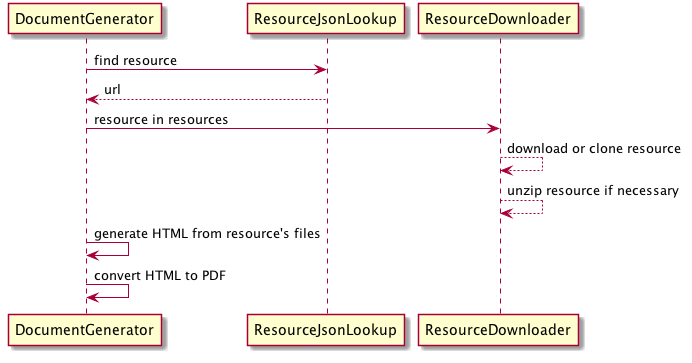
Earlier version of the PlantUML export design_notes/wa_design_sequence_diagram2.png (wkelly17/DOC).
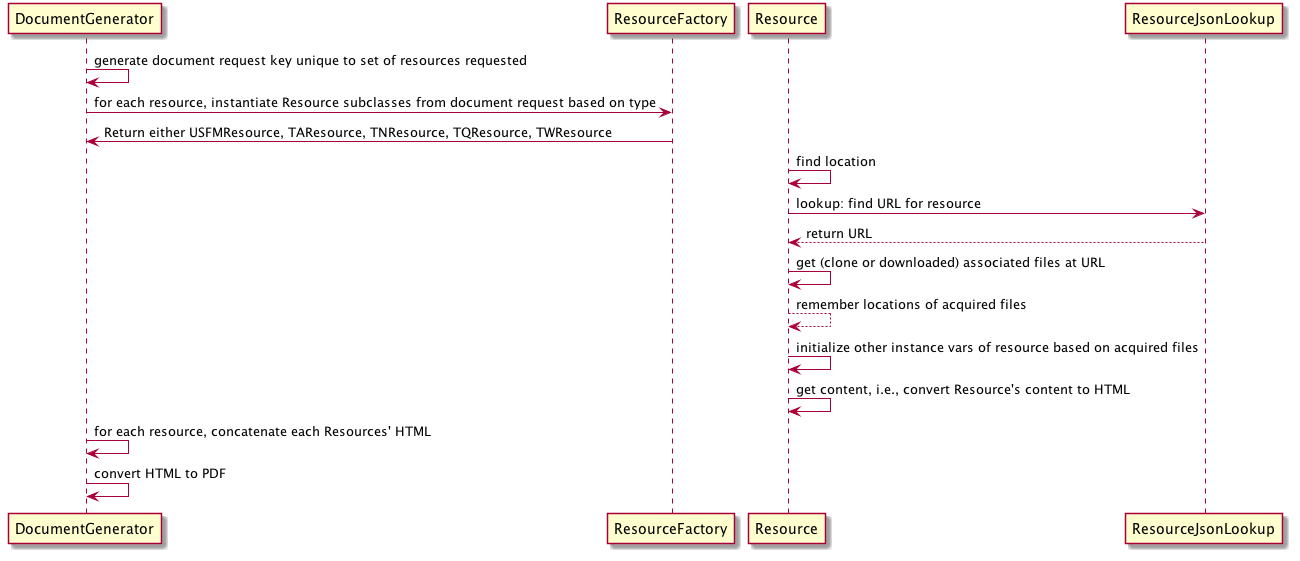
The same file after the commit.

What changed in the source:
```diff
@@ -1,9 +1,14 @@
 @startuml
-DocumentGenerator ->  ResourceJsonLookup: find resource
-DocumentGenerator <-- ResourceJsonLookup: url
-DocumentGenerator -> ResourceDownloader: resource in resources
-ResourceDownloader <-- ResourceDownloader: download or clone resource
-ResourceDownloader <-- ResourceDownloader: unzip resource if necessary
-DocumentGenerator -> DocumentGenerator: generate HTML from resource's files
+DocumentGenerator -> DocumentGenerator: generate document request key unique to set of resources requested
+DocumentGenerator -> ResourceFactory: for each resource, instantiate Resource subclasses from document request based on type
+DocumentGenerator <- ResourceFactory: Return either USFMResource, TAResource, TNResource, TQResource, TWResource
+Resource ->  Resource: find location
+Resource ->  ResourceJsonLookup: lookup: find URL for resource
+Resource <-- ResourceJsonLookup: return URL
+Resource ->  Resource: get (clone or downloaded) associated files at URL
+Resource <-- Resource: remember locations of acquired files
+Resource -> Resource: initialize other instance vars of resource based on acquired files
+Resource -> Resource: get content, i.e., convert Resource's content to HTML
+DocumentGenerator -> DocumentGenerator: for each resource, concatenate each Resources' HTML
 DocumentGenerator -> DocumentGenerator: convert HTML to PDF
 @enduml
```
